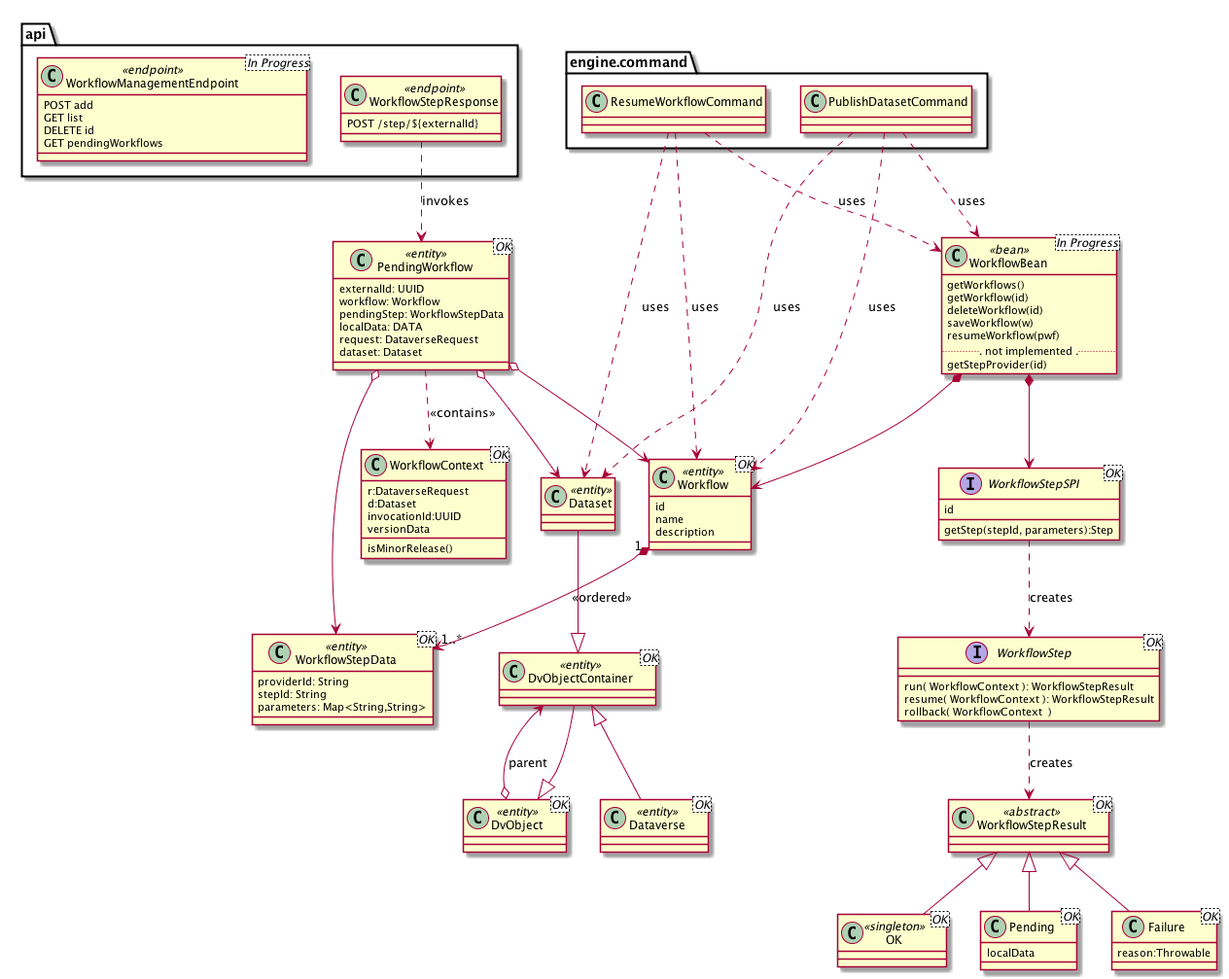
The PlantUML diagram doc/Architecture/Workflow/classes.png in IQSS/dataverse, before a commit.
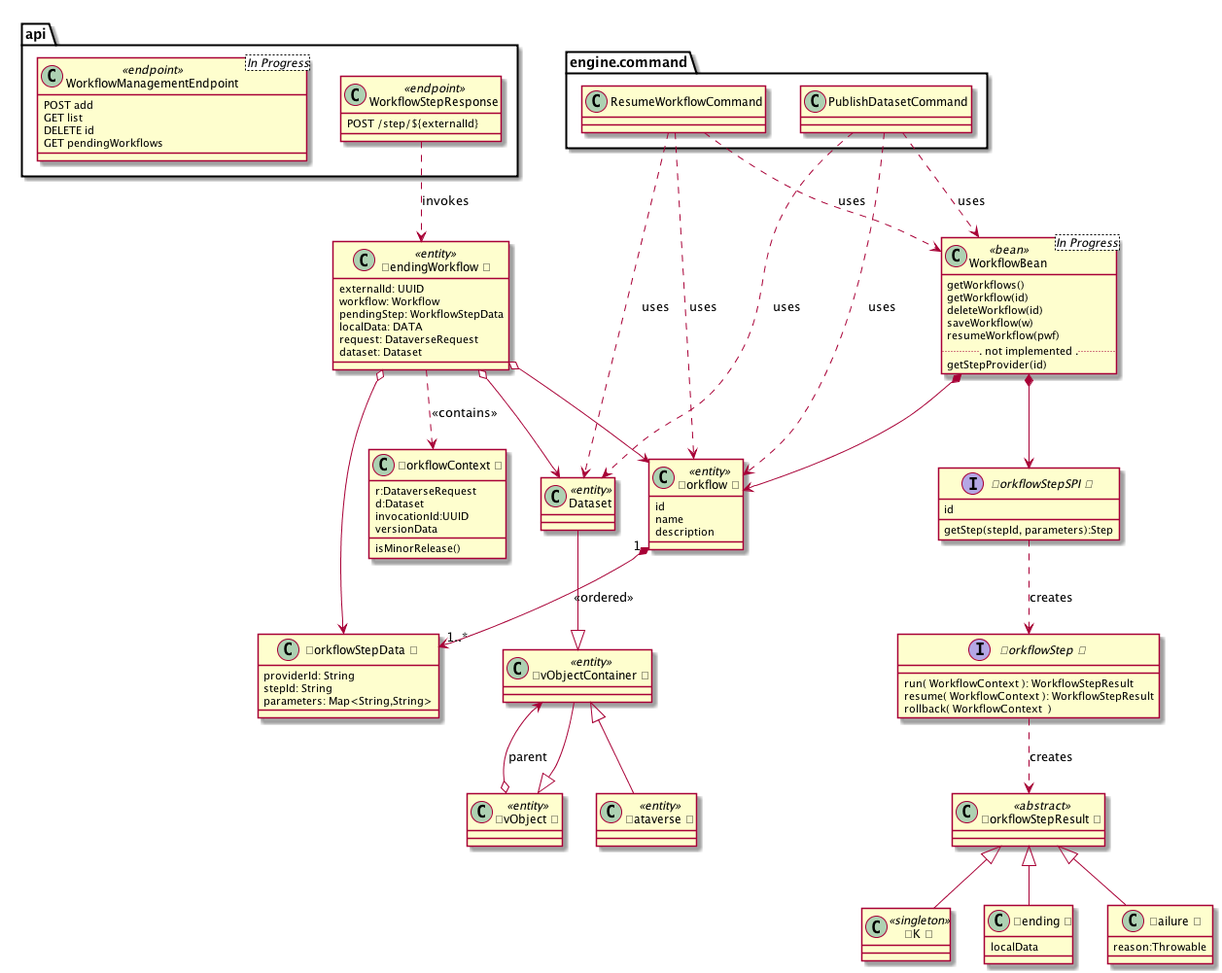
After the change.

Commit message:
Workflow CRUD via API - DONE

What changed in the source:
```diff
@@ -1,8 +1,8 @@
 @startuml
 
-class DvObject<OK> <<entity>>
-class DvObjectContainer<OK> <<entity>>
-class Dataverse<OK> <<entity>>
+class "DvObject <U+1F5F8>" as DvObject <<entity>>
+class "DvObjectContainer <U+1F5F8>" as DvObjectContainer <<entity>>
+class "Dataverse <U+1F5F8>" as Dataverse <<entity>>
 class Dataset <<entity>>
 
 Dataset --|> DvObjectContainer
@@ -10,13 +10,13 @@
 Dataverse -up-|> DvObjectContainer
 DvObject o--> DvObjectContainer: parent
 
-class Workflow<OK> <<entity>> {
+class "Workflow <U+1F5F8>" as Workflow <<entity>> {
   id
   name
   description
 }
 
-class WorkflowStepData<OK> <<entity>> {
+class "WorkflowStepData <U+1F5F8>" as WorkflowStepData {
   providerId: String
   stepId: String
   parameters: Map<String,String>
@@ -32,7 +32,7 @@
   getStepProvider(id)
 }
 
-class WorkflowContext<OK> {
+class "WorkflowContext <U+1F5F8>" as WorkflowContext {
   r:DataverseRequest
   d:Dataset
   invocationId:UUID
@@ -40,7 +40,7 @@
   isMinorRelease()
 }
 
-class PendingWorkflow<OK> <<entity>> {
+class "PendingWorkflow <U+1F5F8>" as PendingWorkflow <<entity>> {
   externalId: UUID
   workflow: Workflow
   pendingStep: WorkflowStepData
@@ -49,23 +49,23 @@
   dataset: Dataset
 }
 
-interface WorkflowStepSPI<OK> {
+interface "WorkflowStepSPI <U+1F5F8>" as WorkflowStepSPI {
   id
   getStep(stepId, parameters):Step
 }
 
-interface WorkflowStep<OK> {
+interface "WorkflowStep <U+1F5F8>" as WorkflowStep {
   run( WorkflowContext ): WorkflowStepResult
   resume( WorkflowContext ): WorkflowStepResult
   rollback( WorkflowContext  )
 }
 
-class WorkflowStepResult<OK> <<abstract>>
-class OK<OK> <<singleton>>
-class Pending<OK>{
+class "WorkflowStepResult <U+1F5F8>" as WorkflowStepResult <<abstract>>
+class "OK <U+1F5F8>" as OK <<singleton>>
+class "Pending <U+1F5F8>" as Pending{
   localData
 }
-class Failure<OK> {
+class "Failure <U+1F5F8>" as Failure {
   reason:Throwable
 }
 
```
